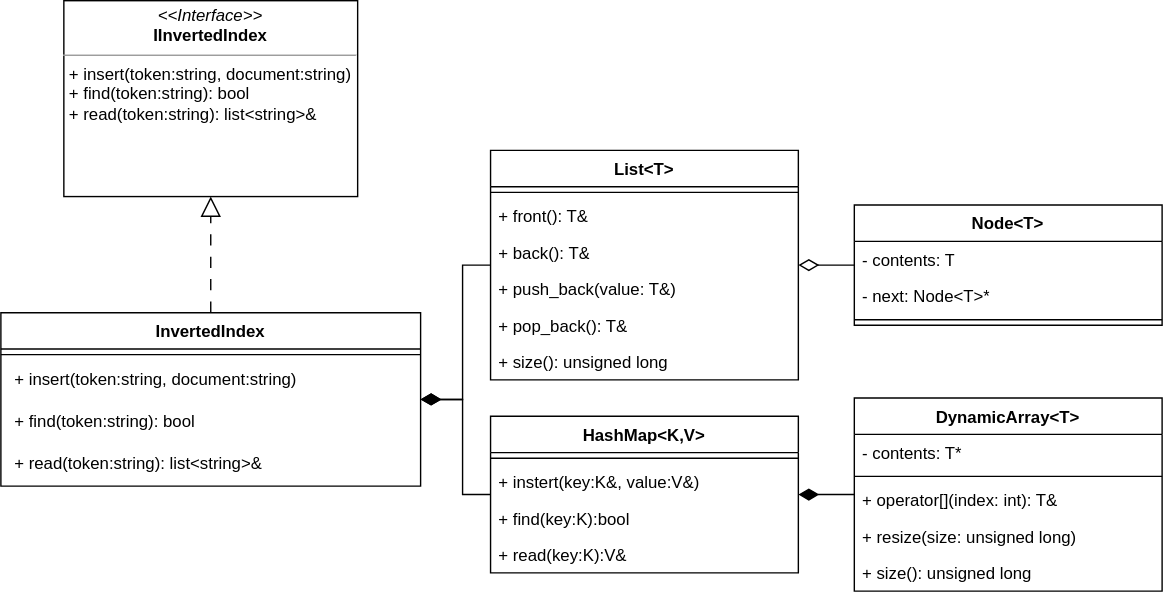
Above: model/InvertedIndex.svg in TehpphoENIX/KPI7_PC_CW (draw.io), before the change. Source tidied: cells renumbered, new cells last; positions are measured from the earlier drawing's top-left corner, leaving out a move shared by most shapes.
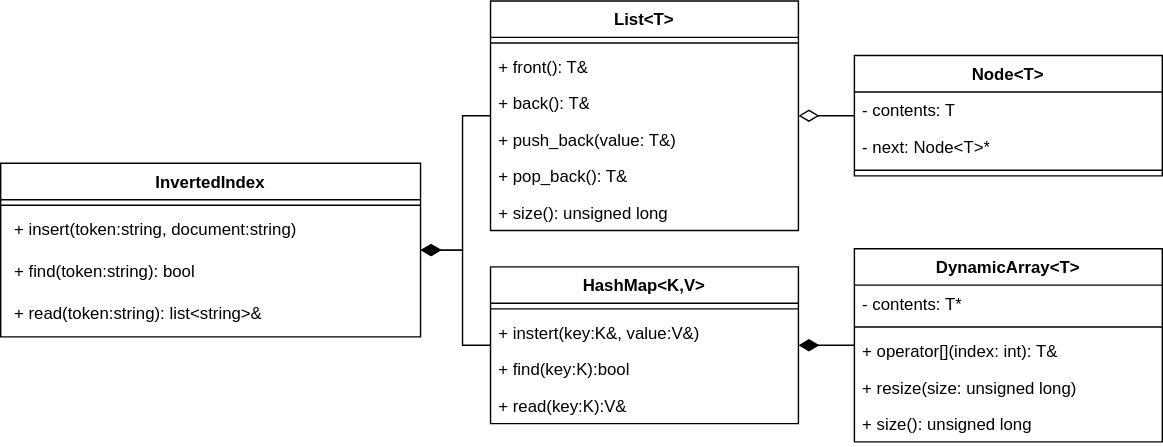
The same file after the commit.

Change to the diagram source:
```diff
@@ -2,9 +2,6 @@
   <root>
     <mxCell id="0" />
     <mxCell id="1" parent="0" />
-    <mxCell id="2" value="&lt;p style=&quot;margin:0px;margin-top:4px;text-align:center;&quot;&gt;&lt;i&gt;&amp;lt;&amp;lt;Interface&amp;gt;&amp;gt;&lt;/i&gt;&lt;br&gt;&lt;b&gt;IInvertedIndex&lt;/b&gt;&lt;/p&gt;&lt;hr size=&quot;1&quot;&gt;&lt;p style=&quot;margin:0px;margin-left:4px;&quot;&gt;&lt;span style=&quot;background-color: initial;&quot;&gt;+ insert(token:string, document:string)&lt;/span&gt;&lt;/p&gt;&lt;p style=&quot;margin:0px;margin-left:4px;&quot;&gt;&lt;span style=&quot;background-color: initial;&quot;&gt;+ find(token:string): bool&lt;/span&gt;&lt;/p&gt;&lt;p style=&quot;margin:0px;margin-left:4px;&quot;&gt;&lt;span style=&quot;background-color: initial;&quot;&gt;+ read(token:string): list&amp;lt;string&amp;gt;&amp;amp;&lt;/span&gt;&lt;/p&gt;" style="verticalAlign=top;align=left;overflow=fill;fontSize=12;fontFamily=Helvetica;html=1;whiteSpace=wrap;" parent="1" vertex="1">
-      <mxGeometry x="45" width="210" height="140" as="geometry" />
-    </mxCell>
     <mxCell id="3" value="InvertedIndex" style="swimlane;fontStyle=1;align=center;verticalAlign=top;horizontal=1;startSize=26;whiteSpace=wrap;html=1;" parent="1" vertex="1">
       <mxGeometry y="223" width="300" height="124" as="geometry" />
     </mxCell>
@@ -20,9 +17,6 @@
     <mxCell id="7" value="&lt;p style=&quot;border-color: var(--border-color); margin: 0px 0px 0px 4px;&quot;&gt;&lt;span style=&quot;background-color: initial;&quot;&gt;+ read(token:string): list&amp;lt;string&amp;gt;&amp;amp;&lt;/span&gt;&lt;br&gt;&lt;/p&gt;" style="text;strokeColor=none;fillColor=none;align=left;verticalAlign=top;spacingLeft=4;spacingRight=4;overflow=hidden;whiteSpace=wrap;html=1;" parent="3" vertex="1">
       <mxGeometry y="94" width="300" height="30" as="geometry" />
     </mxCell>
-    <mxCell id="8" style="edgeStyle=orthogonalEdgeStyle;rounded=0;jettySize=auto;html=1;endArrow=block;endFill=0;dashed=1;dashPattern=8 8;endSize=12;" parent="1" edge="1" source="3" target="2">
-      <mxGeometry relative="1" as="geometry" />
-    </mxCell>
     <mxCell id="9" value="HashMap&amp;lt;K,V&amp;gt;" style="swimlane;fontStyle=1;align=center;verticalAlign=top;horizontal=1;startSize=26;whiteSpace=wrap;html=1;" parent="1" vertex="1">
       <mxGeometry x="350" y="297" width="220" height="112" as="geometry" />
     </mxCell>
```
